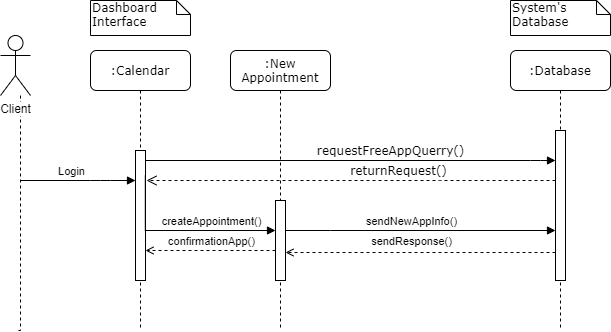
Earlier version of the draw.io export Diagrams/Sequence Diagrams/SEQ_04_Create Appointment.png (kkasharaj17/SE-project). Source tidied: cells renumbered, new cells last; positions are measured from the earlier drawing's top-left corner, leaving out a move shared by most shapes.
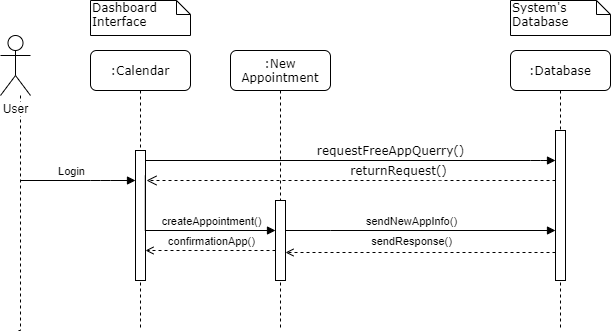
The same file after the commit.

Change to the diagram source:
```diff
@@ -52,7 +52,7 @@
         </Array>
       </mxGeometry>
     </mxCell>
-    <mxCell id="13" value="Client" style="shape=umlActor;verticalLabelPosition=bottom;labelBackgroundColor=#ffffff;verticalAlign=top;html=1;" parent="1" vertex="1">
+    <mxCell id="13" value="User" style="shape=umlActor;verticalLabelPosition=bottom;labelBackgroundColor=#ffffff;verticalAlign=top;html=1;" parent="1" vertex="1">
       <mxGeometry y="35" width="30" height="60" as="geometry" />
     </mxCell>
     <mxCell id="14" style="endArrow=block;startArrow=none;endFill=1;startFill=0;html=1;" parent="1" edge="1" target="7">
```
